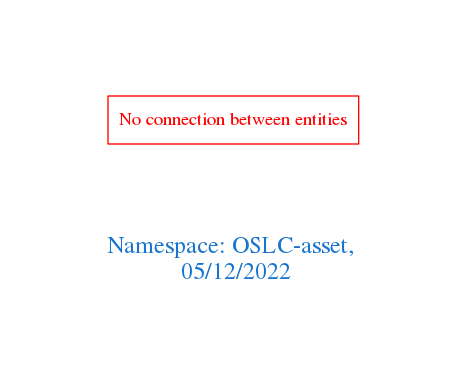
Earlier version of the Graphviz export downloads/OSLC-asset.png (arago/OGIT). Its source is kept beside it as downloads/OSLC-asset.dot.
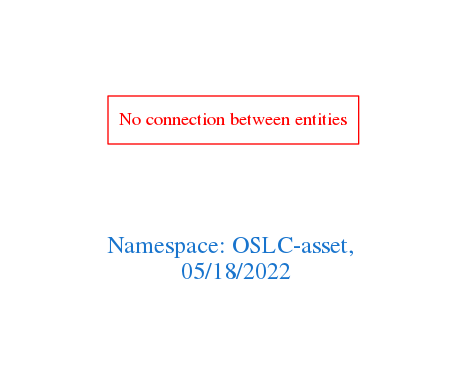
Above is the later version.

Change to the diagram source:
```diff
@@ -1,7 +1,7 @@
 digraph OGIT_ontology {
  graph [ rankdir= LR,pad=1
 fontsize = 18,
-fontcolor= dodgerblue3,label = "\n\n\nNamespace: OSLC-asset, \n 05/12/2022"];
+fontcolor= dodgerblue3,label = "\n\n\nNamespace: OSLC-asset, \n 05/18/2022"];
 node[shape=polygon];
 edge [  color="gray81"];
 
```
